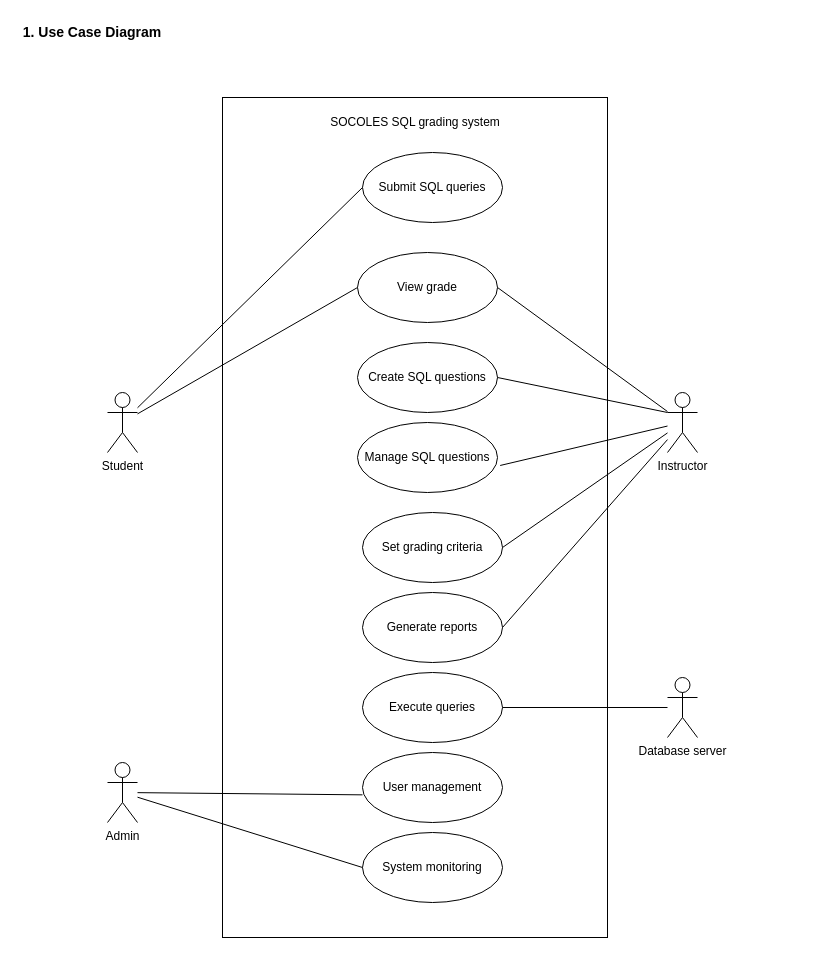
Above: page "use_case_diagram" (1 of 7) of uml.drawio in berniegach/uml_socoles (draw.io), before the change. Source tidied: cells renumbered, new cells numbered last; positions are measured from the earlier drawing's top-left corner, leaving out a move shared by most shapes. Both pictures are drawn from the tidied source at 100%, with x=0, y=0 at pixel (17, 17).
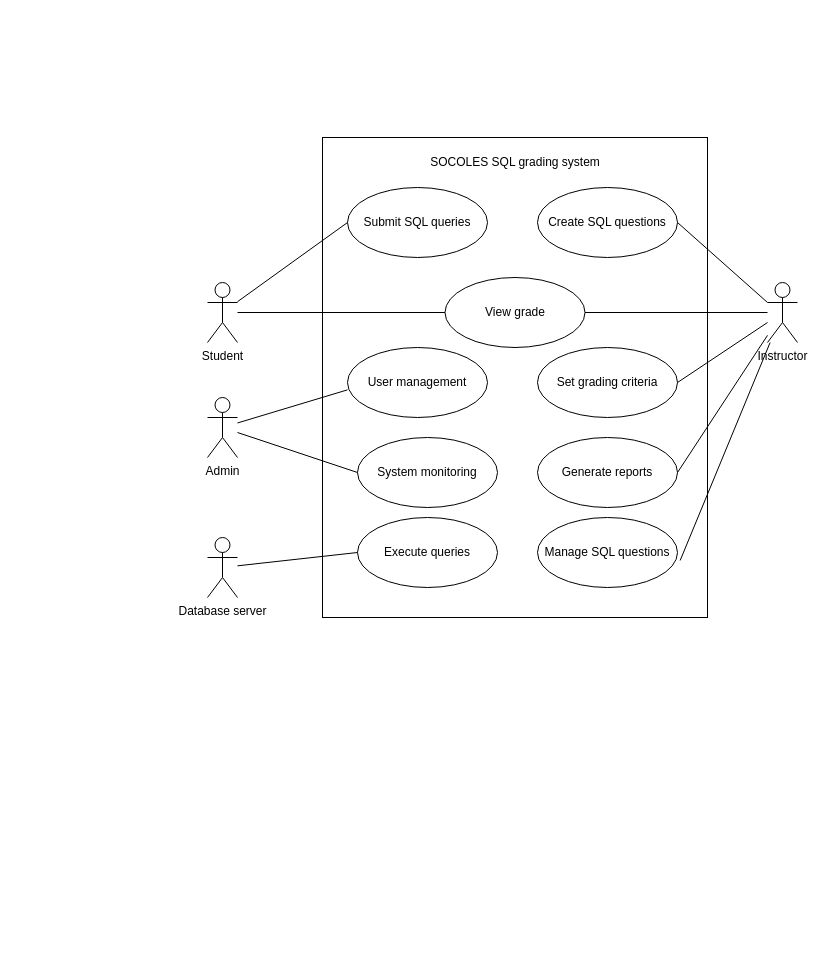
The same page after the edit.

What changed in the source:
```diff
@@
     <mxCell id="2" style="rounded=0;whiteSpace=wrap;html=1;fillColor=none;" parent="1" vertex="1">
-      <mxGeometry x="205" y="80" width="385" height="840" as="geometry" />
+      <mxGeometry x="305" y="120" width="385" height="480" as="geometry" />
     </mxCell>
     <mxCell id="3" value="Student" style="shape=umlActor;verticalLabelPosition=bottom;verticalAlign=top;html=1;" parent="1" vertex="1">
-      <mxGeometry x="90" y="375" width="30" height="60" as="geometry" />
+      <mxGeometry x="190" y="265" width="30" height="60" as="geometry" />
     </mxCell>
     <mxCell id="4" value="Submit SQL queries" style="ellipse;whiteSpace=wrap;html=1;" parent="1" vertex="1">
-      <mxGeometry x="345" y="135" width="140" height="70" as="geometry" />
+      <mxGeometry x="330" y="170" width="140" height="70" as="geometry" />
     </mxCell>
     <mxCell id="5" value="View grade" style="ellipse;whiteSpace=wrap;html=1;" parent="1" vertex="1">
-      <mxGeometry x="340" y="235" width="140" height="70" as="geometry" />
+      <mxGeometry x="427.5" y="260" width="140" height="70" as="geometry" />
     </mxCell>
@@
     <mxCell id="7" value="Instructor" style="shape=umlActor;verticalLabelPosition=bottom;verticalAlign=top;html=1;" parent="1" vertex="1">
-      <mxGeometry x="650" y="375" width="30" height="60" as="geometry" />
+      <mxGeometry x="750" y="265" width="30" height="60" as="geometry" />
     </mxCell>
@@
     <mxCell id="10" value="Create SQL questions" style="ellipse;whiteSpace=wrap;html=1;" parent="1" vertex="1">
-      <mxGeometry x="340" y="325" width="140" height="70" as="geometry" />
+      <mxGeometry x="520" y="170" width="140" height="70" as="geometry" />
     </mxCell>
     <mxCell id="11" value="Admin" style="shape=umlActor;verticalLabelPosition=bottom;verticalAlign=top;html=1;" parent="1" vertex="1">
-      <mxGeometry x="90" y="745" width="30" height="60" as="geometry" />
+      <mxGeometry x="190" y="380" width="30" height="60" as="geometry" />
     </mxCell>
     <mxCell id="12" value="Database server" style="shape=umlActor;verticalLabelPosition=bottom;verticalAlign=top;html=1;" parent="1" vertex="1">
-      <mxGeometry x="650" y="660" width="30" height="60" as="geometry" />
+      <mxGeometry x="190" y="520" width="30" height="60" as="geometry" />
     </mxCell>
     <mxCell id="13" value="Manage SQL questions" style="ellipse;whiteSpace=wrap;html=1;" parent="1" vertex="1">
-      <mxGeometry x="340" y="405" width="140" height="70" as="geometry" />
+      <mxGeometry x="520" y="500" width="140" height="70" as="geometry" />
     </mxCell>
     <mxCell id="14" value="Set grading criteria" style="ellipse;whiteSpace=wrap;html=1;" parent="1" vertex="1">
-      <mxGeometry x="345" y="495" width="140" height="70" as="geometry" />
+      <mxGeometry x="520" y="330" width="140" height="70" as="geometry" />
     </mxCell>
     <mxCell id="15" value="User management" style="ellipse;whiteSpace=wrap;html=1;" parent="1" vertex="1">
-      <mxGeometry x="345" y="735" width="140" height="70" as="geometry" />
+      <mxGeometry x="330" y="330" width="140" height="70" as="geometry" />
     </mxCell>
     <mxCell id="16" value="System monitoring" style="ellipse;whiteSpace=wrap;html=1;" parent="1" vertex="1">
-      <mxGeometry x="345" y="815" width="140" height="70" as="geometry" />
+      <mxGeometry x="340" y="420" width="140" height="70" as="geometry" />
     </mxCell>
     <mxCell id="17" value="Execute queries" style="ellipse;whiteSpace=wrap;html=1;" parent="1" vertex="1">
-      <mxGeometry x="345" y="655" width="140" height="70" as="geometry" />
+      <mxGeometry x="340" y="500" width="140" height="70" as="geometry" />
     </mxCell>
     <mxCell id="18" value="Generate reports" style="ellipse;whiteSpace=wrap;html=1;" parent="1" vertex="1">
-      <mxGeometry x="345" y="575" width="140" height="70" as="geometry" />
+      <mxGeometry x="520" y="420" width="140" height="70" as="geometry" />
     </mxCell>
@@
-    <mxCell id="25" style="endArrow=none;html=1;rounded=0;exitX=1;exitY=0.5;exitDx=0;exitDy=0;" parent="1" edge="1" source="17" target="12">
+    <mxCell id="25" style="endArrow=none;html=1;rounded=0;exitX=0;exitY=0.5;exitDx=0;exitDy=0;" parent="1" edge="1" source="17" target="12">
       <mxGeometry relative="1" as="geometry" />
     </mxCell>
-    <mxCell id="26" value="1. Use Case Diagram" style="text;html=1;strokeColor=none;fillColor=none;align=center;verticalAlign=middle;whiteSpace=wrap;rounded=0;fontStyle=1;fontSize=14;" parent="1" vertex="1">
-      <mxGeometry width="150" height="30" as="geometry" />
-    </mxCell>
     <mxCell id="27" value="SOCOLES SQL grading system" style="text;html=1;strokeColor=none;fillColor=none;align=center;verticalAlign=middle;whiteSpace=wrap;rounded=0;" parent="1" vertex="1">
-      <mxGeometry x="297.5" y="90" width="200" height="30" as="geometry" />
+      <mxGeometry x="397.5" y="130" width="200" height="30" as="geometry" />
     </mxCell>
```
